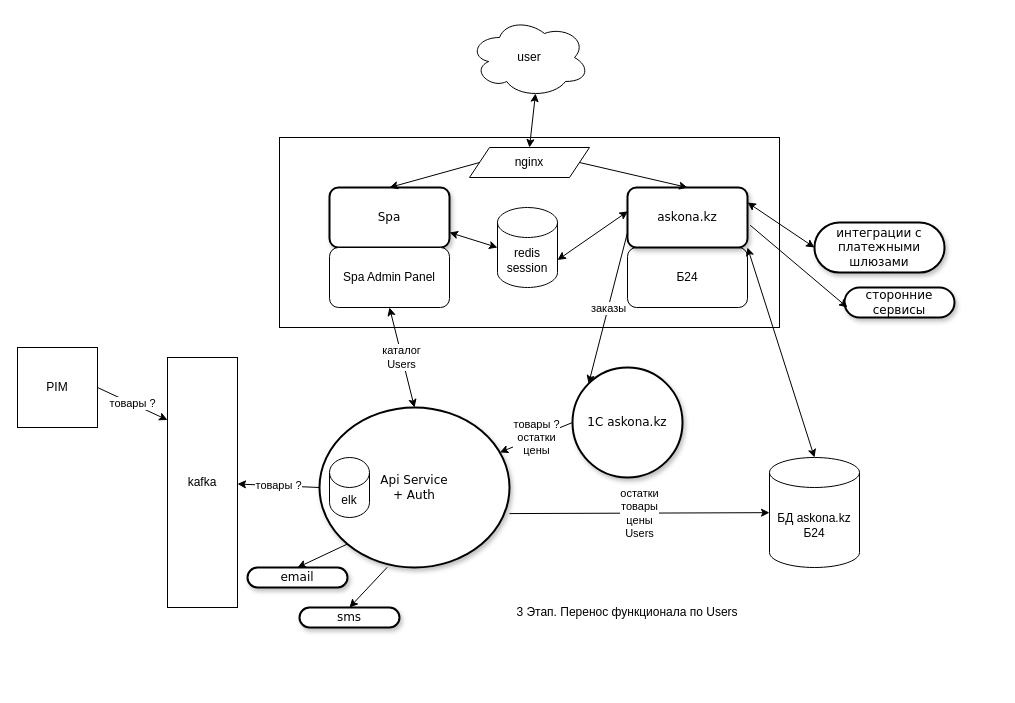
Before: page "3 Этап" (4 of 6) of Untitled Diagram.drawio in vartananastasia/ii, a draw.io diagram. Source tidied: cells renumbered, new cells numbered last; positions are measured from the earlier drawing's top-left corner, leaving out a move shared by most shapes. Both pictures are drawn from the tidied source at 100%, with x=0, y=0 at pixel (17, 17).
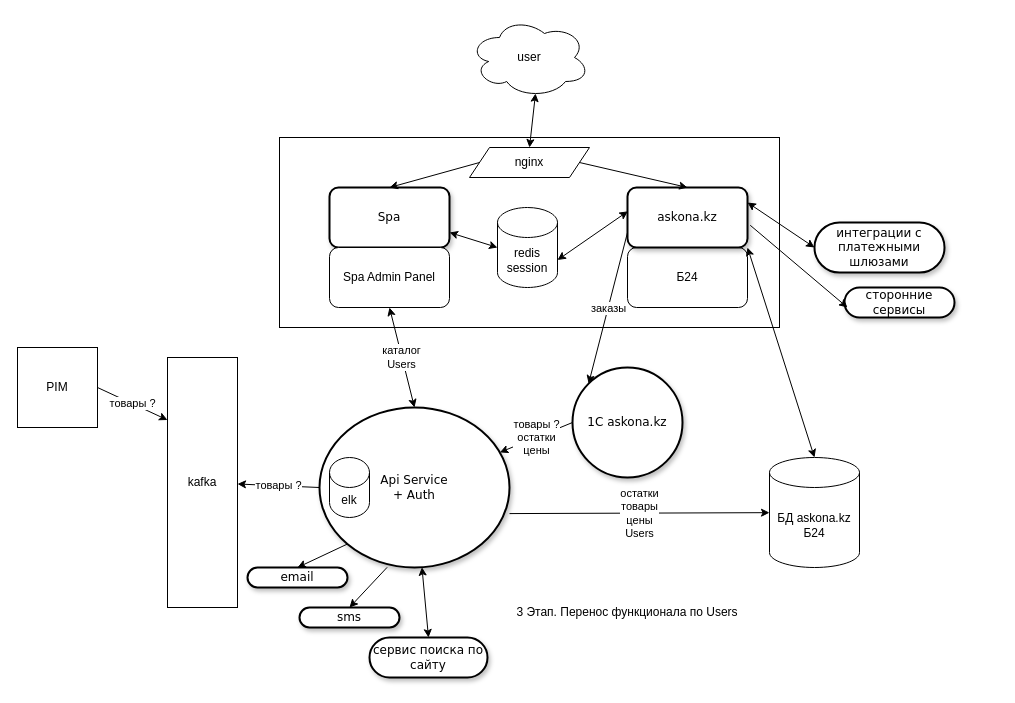
Above is the later version.

The change refers to these unchanged cells:
```xml
<mxCell id="8" value="Api Service&lt;br&gt;+ Auth&lt;br&gt;" style="ellipse;whiteSpace=wrap;html=1;rounded=1;shadow=1;comic=0;labelBackgroundColor=none;strokeWidth=2;fontFamily=Verdana;fontSize=12;align=center;" parent="1" vertex="1">
  <mxGeometry x="302" y="390" width="190" height="160" as="geometry" />
</mxCell>
```

The edit, as a diff of the source:
```diff
@@
+    <mxCell id="37" value="сервис поиска по сайту" style="whiteSpace=wrap;html=1;rounded=1;shadow=1;comic=0;labelBackgroundColor=none;strokeWidth=2;fontFamily=Verdana;fontSize=12;align=center;arcSize=50;" parent="1" vertex="1">
+      <mxGeometry x="352" y="620" width="118" height="40" as="geometry" />
+    </mxCell>
+    <mxCell id="38" style="endArrow=classic;startArrow=classic;html=1;rounded=0;exitX=0.5;exitY=0;exitDx=0;exitDy=0;" parent="1" edge="1" source="37" target="8">
+      <mxGeometry relative="1" as="geometry" />
+    </mxCell>
```
